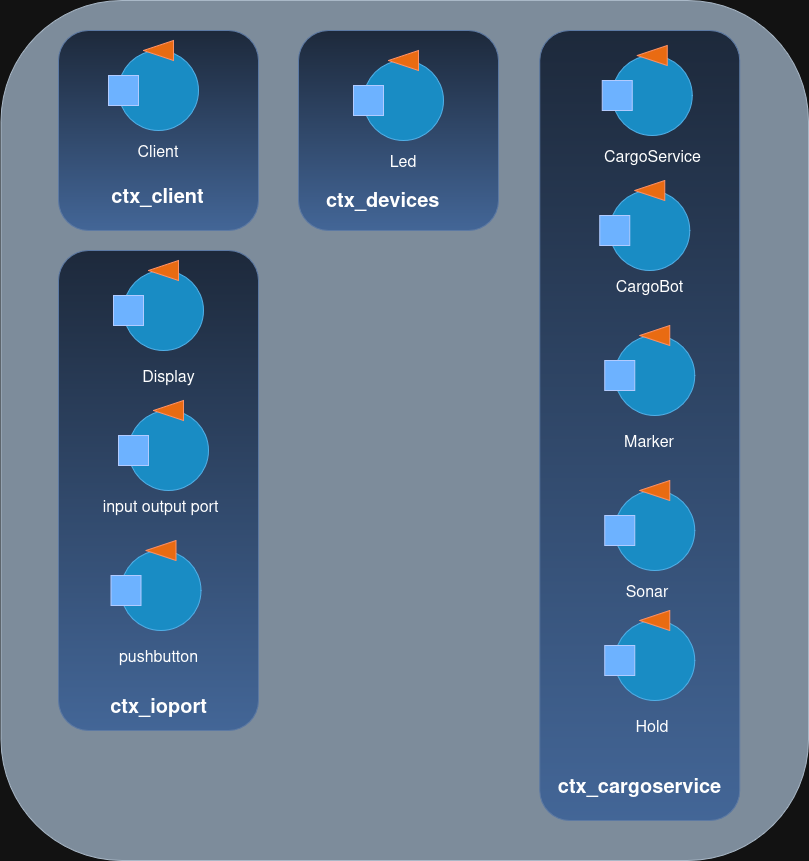
Above: img/IDSS_Scheme.drawio.png in PietroMiloTasinato/Project_ISS (draw.io), before the change. Source tidied: cells renumbered, new cells last; positions are measured from the earlier drawing's top-left corner, leaving out a move shared by most shapes.
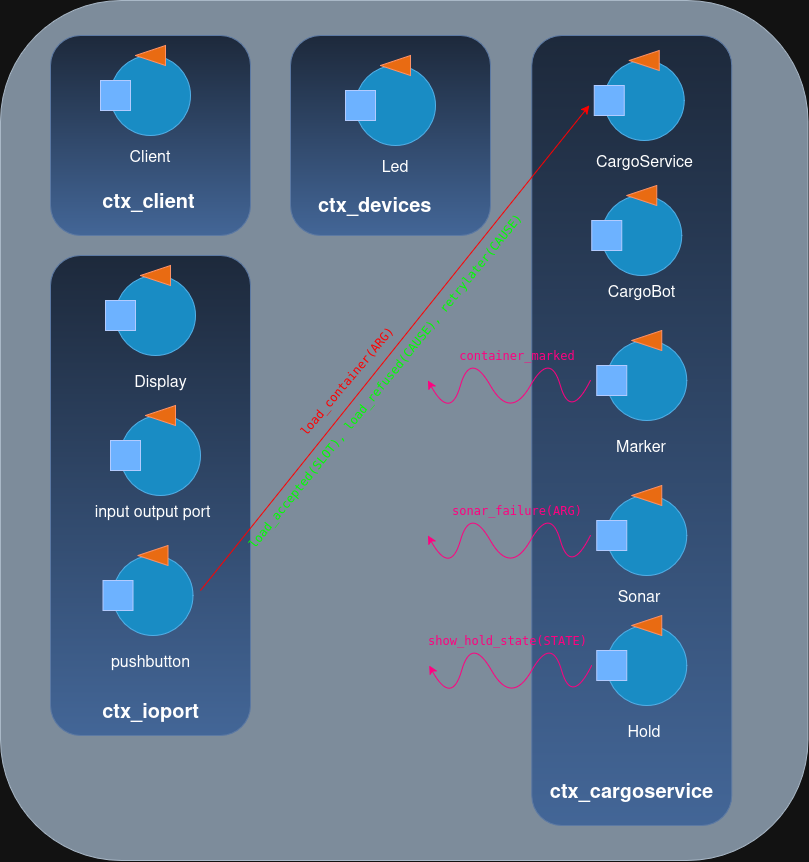
After the commit.

Commit message:
ulteriori modeifiche alle immagini

The edit, as a diff of the source:
```diff
@@ -3,7 +3,7 @@
     <mxCell id="0" />
     <mxCell id="1" parent="0" />
     <mxCell id="2" style="rounded=1;whiteSpace=wrap;html=1;strokeColor=#314354;fillColor=#647687;fontColor=#ffffff;" parent="1" vertex="1">
-      <mxGeometry x="0.5" width="807.5" height="860" as="geometry" />
+      <mxGeometry x="8" y="-5" width="807.5" height="860" as="geometry" />
     </mxCell>
     <mxCell id="3" style="rounded=1;whiteSpace=wrap;html=1;fillColor=#dae8fc;strokeColor=#6c8ebf;gradientColor=#7ea6e0;" parent="1" vertex="1">
       <mxGeometry x="58" y="30" width="200" height="200" as="geometry" />
@@ -149,5 +149,65 @@
     <mxCell id="50" value="&lt;font style=&quot;font-size: 16px;&quot;&gt;Hold&lt;/font&gt;" style="text;html=1;whiteSpace=wrap;strokeColor=none;fillColor=none;align=center;verticalAlign=middle;rounded=0;" parent="1" vertex="1">
       <mxGeometry x="621.8" y="710" width="60" height="30" as="geometry" />
     </mxCell>
+    <mxCell id="51" style="endArrow=classic;html=1;rounded=0;strokeColor=light-dark(#000000,#FF0000);exitX=1;exitY=0.5;exitDx=0;exitDy=0;" parent="1" edge="1">
+      <mxGeometry relative="1" as="geometry">
+        <mxPoint x="208" y="585" as="sourcePoint" />
+        <mxPoint x="596.8" y="100" as="targetPoint" />
+      </mxGeometry>
+    </mxCell>
+    <mxCell id="52" value="&lt;pre class=&quot;notranslate&quot;&gt;&lt;font style=&quot;font-size: 12px;&quot;&gt;&lt;code&gt;load_container(ARG)&lt;/code&gt;&lt;/font&gt;&lt;/pre&gt;" style="text;html=1;whiteSpace=wrap;strokeColor=none;fillColor=none;align=center;verticalAlign=middle;rounded=0;fontColor=light-dark(#000000,#FF0000);fontSize=15;rotation=-50;" parent="1" vertex="1">
+      <mxGeometry x="269.2" y="360" width="170" height="30" as="geometry" />
+    </mxCell>
+    <mxCell id="53" value="&lt;pre class=&quot;notranslate&quot;&gt;&lt;span style=&quot;color: light-dark(rgb(0, 0, 0), rgb(0, 255, 0));&quot;&gt;&lt;code&gt;load_accepted(SLOT), &lt;/code&gt;&lt;code&gt;load_refused(CAUSE), &lt;/code&gt;&lt;code&gt;retrylater(CAUSE)&lt;/code&gt;&lt;/span&gt;&lt;/pre&gt;" style="text;html=1;whiteSpace=wrap;strokeColor=none;fillColor=none;align=center;verticalAlign=middle;rounded=0;rotation=309;" parent="1" vertex="1">
+      <mxGeometry x="140.5" y="360" width="505" height="30" as="geometry" />
+    </mxCell>
+    <mxCell id="54" style="endArrow=classic;html=1;rounded=0;curved=1;strokeColor=light-dark(#000000,#FF0080);fontColor=light-dark(#000000,#FF0080);" parent="1" edge="1">
+      <mxGeometry relative="1" as="geometry">
+        <mxPoint x="598" y="375" as="sourcePoint" />
+        <mxPoint x="435.5" y="375" as="targetPoint" />
+        <Array as="points">
+          <mxPoint x="578" y="415" />
+          <mxPoint x="558" y="345" />
+          <mxPoint x="518" y="415" />
+          <mxPoint x="478" y="345" />
+          <mxPoint x="458" y="415" />
+        </Array>
+      </mxGeometry>
+    </mxCell>
+    <mxCell id="55" value="&lt;pre class=&quot;notranslate&quot;&gt;&lt;code&gt;container_marked&lt;/code&gt;&lt;/pre&gt;" style="text;html=1;whiteSpace=wrap;strokeColor=none;fillColor=none;align=center;verticalAlign=middle;rounded=0;fontColor=light-dark(#000000,#FF0080);" parent="1" vertex="1">
+      <mxGeometry x="460.5" y="335" width="130" height="30" as="geometry" />
+    </mxCell>
+    <mxCell id="56" style="endArrow=classic;html=1;rounded=0;curved=1;strokeColor=light-dark(#000000,#FF0080);" parent="1" edge="1">
+      <mxGeometry relative="1" as="geometry">
+        <mxPoint x="598" y="530" as="sourcePoint" />
+        <mxPoint x="435.5" y="530" as="targetPoint" />
+        <Array as="points">
+          <mxPoint x="578" y="570" />
+          <mxPoint x="558" y="500" />
+          <mxPoint x="518" y="570" />
+          <mxPoint x="478" y="500" />
+          <mxPoint x="458" y="570" />
+        </Array>
+      </mxGeometry>
+    </mxCell>
+    <mxCell id="57" value="&lt;pre class=&quot;notranslate&quot;&gt;&lt;code style=&quot;color: light-dark(rgb(0, 0, 0), rgb(255, 0, 128));&quot;&gt;sonar_failure(ARG)&lt;/code&gt;&lt;/pre&gt;" style="text;html=1;whiteSpace=wrap;strokeColor=none;fillColor=none;align=center;verticalAlign=middle;rounded=0;fontColor=light-dark(#000000,#000099);" parent="1" vertex="1">
+      <mxGeometry x="460.5" y="490" width="130" height="30" as="geometry" />
+    </mxCell>
+    <mxCell id="58" style="endArrow=classic;html=1;rounded=0;curved=1;strokeColor=light-dark(#000000,#FF0080);" parent="1" edge="1">
+      <mxGeometry relative="1" as="geometry">
+        <mxPoint x="599.2" y="660" as="sourcePoint" />
+        <mxPoint x="436.8" y="660" as="targetPoint" />
+        <Array as="points">
+          <mxPoint x="579.2" y="700" />
+          <mxPoint x="559.2" y="630" />
+          <mxPoint x="519.2" y="700" />
+          <mxPoint x="479.2" y="630" />
+          <mxPoint x="459.2" y="700" />
+        </Array>
+      </mxGeometry>
+    </mxCell>
+    <mxCell id="59" value="&lt;pre class=&quot;notranslate&quot;&gt;&lt;code style=&quot;color: light-dark(rgb(0, 0, 0), rgb(255, 0, 128));&quot;&gt;show_hold_state(STATE)&lt;/code&gt;&lt;/pre&gt;" style="text;html=1;whiteSpace=wrap;strokeColor=none;fillColor=none;align=center;verticalAlign=middle;rounded=0;fontColor=light-dark(#000000,#000099);" parent="1" vertex="1">
+      <mxGeometry x="429.2" y="620" width="172.5" height="30" as="geometry" />
+    </mxCell>
   </root>
 </mxGraphModel>
```
